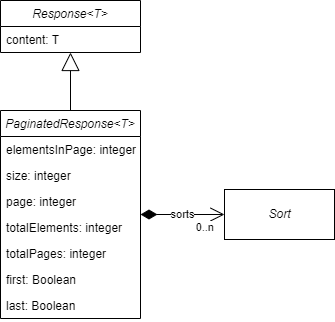
Before: .gitbook/assets/model_pagination_response.drawio.png, a diagram exported from draw.io (Bernardo-MG/development-docs-architecture). Source tidied: cells renumbered, new cells last; positions are measured from the earlier drawing's top-left corner, leaving out a move shared by most shapes. Source of this version:
```xml
<mxGraphModel>
  <root>
    <mxCell id="0" />
    <mxCell id="1" parent="0" />
    <mxCell id="2" value="Response&lt;T&gt;" style="swimlane;fontStyle=2;horizontal=1;startSize=26;fillColor=none;" parent="1" vertex="1">
      <mxGeometry width="140" height="52" as="geometry" />
    </mxCell>
    <mxCell id="3" value="content: T" style="text;strokeColor=none;fillColor=none;align=left;verticalAlign=top;spacingLeft=4;spacingRight=4;overflow=hidden;" parent="2" vertex="1">
      <mxGeometry y="26" width="140" height="26" as="geometry" />
    </mxCell>
    <mxCell id="4" value="PaginatedResponse&lt;T&gt;" style="swimlane;fontStyle=2;horizontal=1;startSize=26;fillColor=none;" parent="1" vertex="1">
      <mxGeometry y="110" width="140" height="208" as="geometry" />
    </mxCell>
    <mxCell id="5" value="elementsInPage: integer" style="text;strokeColor=none;fillColor=none;align=left;verticalAlign=top;spacingLeft=4;spacingRight=4;overflow=hidden;" parent="4" vertex="1">
      <mxGeometry y="26" width="140" height="26" as="geometry" />
    </mxCell>
    <mxCell id="6" value="size: integer" style="text;strokeColor=none;fillColor=none;align=left;verticalAlign=top;spacingLeft=4;spacingRight=4;overflow=hidden;" parent="4" vertex="1">
      <mxGeometry y="52" width="140" height="26" as="geometry" />
    </mxCell>
    <mxCell id="7" value="page: integer" style="text;strokeColor=none;fillColor=none;align=left;verticalAlign=top;spacingLeft=4;spacingRight=4;overflow=hidden;" parent="4" vertex="1">
      <mxGeometry y="78" width="140" height="26" as="geometry" />
    </mxCell>
    <mxCell id="8" value="totalElements: integer" style="text;strokeColor=none;fillColor=none;align=left;verticalAlign=top;spacingLeft=4;spacingRight=4;overflow=hidden;" parent="4" vertex="1">
      <mxGeometry y="104" width="140" height="26" as="geometry" />
    </mxCell>
    <mxCell id="9" value="totalPages: integer" style="text;strokeColor=none;fillColor=none;align=left;verticalAlign=top;spacingLeft=4;spacingRight=4;overflow=hidden;" parent="4" vertex="1">
      <mxGeometry y="130" width="140" height="26" as="geometry" />
    </mxCell>
    <mxCell id="10" value="first: Boolean" style="text;strokeColor=none;fillColor=none;align=left;verticalAlign=top;spacingLeft=4;spacingRight=4;overflow=hidden;" parent="4" vertex="1">
      <mxGeometry y="156" width="140" height="26" as="geometry" />
    </mxCell>
    <mxCell id="11" value="last: Boolean" style="text;strokeColor=none;fillColor=none;align=left;verticalAlign=top;spacingLeft=4;spacingRight=4;overflow=hidden;" parent="4" vertex="1">
      <mxGeometry y="182" width="140" height="26" as="geometry" />
    </mxCell>
    <mxCell id="12" style="endArrow=block;endSize=16;endFill=0;html=1;rounded=0;exitX=0.5;exitY=0;exitDx=0;exitDy=0;entryX=0.5;entryY=1;entryDx=0;entryDy=0;" parent="1" edge="1" source="4" target="2">
      <mxGeometry relative="1" as="geometry" />
    </mxCell>
    <mxCell id="13" value="&lt;i&gt;Sort&lt;/i&gt;" style="html=1;" parent="1" vertex="1">
      <mxGeometry x="224" y="189" width="110" height="50" as="geometry" />
    </mxCell>
    <mxCell id="14" value="sorts" style="endArrow=open;html=1;endSize=12;startArrow=diamondThin;startSize=14;startFill=1;edgeStyle=orthogonalEdgeStyle;rounded=0;exitX=1;exitY=0.5;exitDx=0;exitDy=0;entryX=0;entryY=0.5;entryDx=0;entryDy=0;" parent="1" edge="1" source="4" target="13">
      <mxGeometry relative="1" as="geometry" />
    </mxCell>
    <mxCell id="15" value="0..n" style="edgeLabel;html=1;align=right;verticalAlign=top;" parent="14" vertex="1">
      <mxGeometry x="1" relative="1" as="geometry">
        <mxPoint x="-10" as="offset" />
      </mxGeometry>
    </mxCell>
  </root>
</mxGraphModel>
```
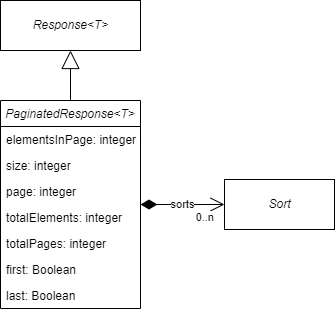
The same file after the commit.

Diff of the diagram source:
```diff
@@ -2,12 +2,6 @@
   <root>
     <mxCell id="0" />
     <mxCell id="1" parent="0" />
-    <mxCell id="2" value="Response&lt;T&gt;" style="swimlane;fontStyle=2;horizontal=1;startSize=26;fillColor=none;" parent="1" vertex="1">
-      <mxGeometry width="140" height="52" as="geometry" />
-    </mxCell>
-    <mxCell id="3" value="content: T" style="text;strokeColor=none;fillColor=none;align=left;verticalAlign=top;spacingLeft=4;spacingRight=4;overflow=hidden;" parent="2" vertex="1">
-      <mxGeometry y="26" width="140" height="26" as="geometry" />
-    </mxCell>
     <mxCell id="4" value="PaginatedResponse&lt;T&gt;" style="swimlane;fontStyle=2;horizontal=1;startSize=26;fillColor=none;" parent="1" vertex="1">
       <mxGeometry y="110" width="140" height="208" as="geometry" />
     </mxCell>
@@ -32,7 +26,7 @@
     <mxCell id="11" value="last: Boolean" style="text;strokeColor=none;fillColor=none;align=left;verticalAlign=top;spacingLeft=4;spacingRight=4;overflow=hidden;" parent="4" vertex="1">
       <mxGeometry y="182" width="140" height="26" as="geometry" />
     </mxCell>
-    <mxCell id="12" style="endArrow=block;endSize=16;endFill=0;html=1;rounded=0;exitX=0.5;exitY=0;exitDx=0;exitDy=0;entryX=0.5;entryY=1;entryDx=0;entryDy=0;" parent="1" edge="1" source="4" target="2">
+    <mxCell id="12" style="endArrow=block;endSize=16;endFill=0;html=1;rounded=0;exitX=0.5;exitY=0;exitDx=0;exitDy=0;entryX=0.5;entryY=1;entryDx=0;entryDy=0;" parent="1" edge="1" source="4" target="16">
       <mxGeometry relative="1" as="geometry" />
     </mxCell>
     <mxCell id="13" value="&lt;i&gt;Sort&lt;/i&gt;" style="html=1;" parent="1" vertex="1">
@@ -46,5 +40,8 @@
         <mxPoint x="-10" as="offset" />
       </mxGeometry>
     </mxCell>
+    <mxCell id="16" value="&lt;i&gt;Response&amp;lt;T&amp;gt;&lt;/i&gt;" style="html=1;" parent="1" vertex="1">
+      <mxGeometry y="10" width="140" height="50" as="geometry" />
+    </mxCell>
   </root>
 </mxGraphModel>
```
